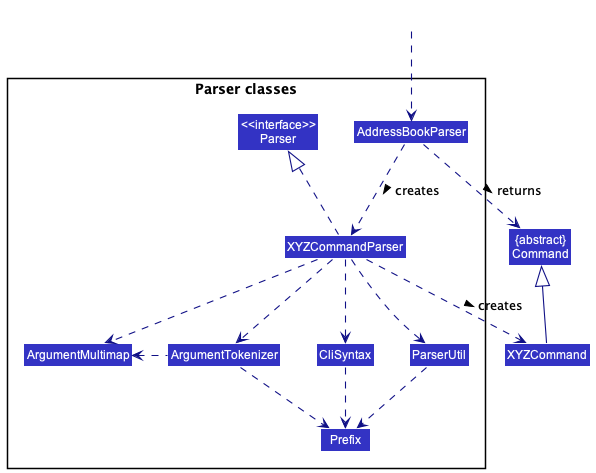
Earlier version of the PlantUML export docs/images/ParserClasses.png (nus-cs2103-AY2223S1/tp).
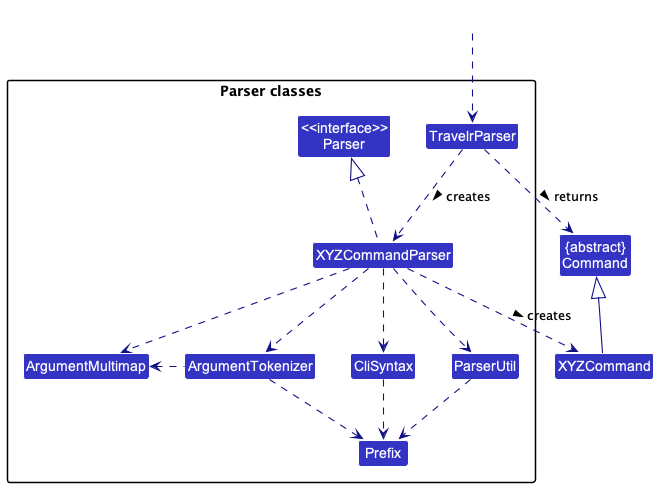
The same file after the commit.

Commit message:
Update Logic and Common classes

Change to the diagram source:
```diff
@@ -9,7 +9,7 @@
 
 package "Parser classes"{
 Class "<<interface>>\nParser" as Parser
-Class AddressBookParser
+Class TravelrParser
 Class XYZCommandParser
 Class CliSyntax
 Class ParserUtil
@@ -19,12 +19,12 @@
 }
 
 Class HiddenOutside #FFFFFF
-HiddenOutside ..> AddressBookParser
+HiddenOutside ..> TravelrParser
 
-AddressBookParser .down.> XYZCommandParser: creates >
+TravelrParser .down.> XYZCommandParser: creates >
 
 XYZCommandParser ..> XYZCommand : creates >
-AddressBookParser ..> Command : returns >
+TravelrParser ..> Command : returns >
 XYZCommandParser .up.|> Parser
 XYZCommandParser ..> ArgumentMultimap
 XYZCommandParser ..> ArgumentTokenizer
```
